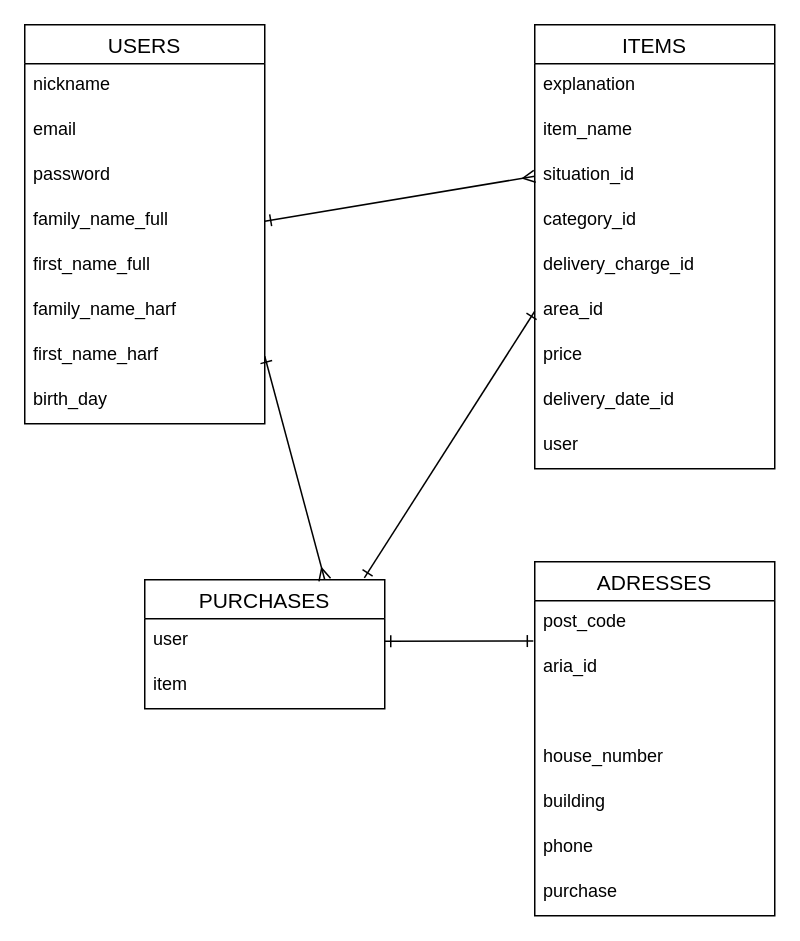
This is furima-er.dio from toribettori/furima-38359, a draw.io file, before an edit. Source tidied: cells renumbered, new cells numbered last; positions are measured from the earlier drawing's top-left corner, leaving out a move shared by most shapes. Both pictures are drawn from the tidied source at 150%, with x=0, y=0 at pixel (24, 24).
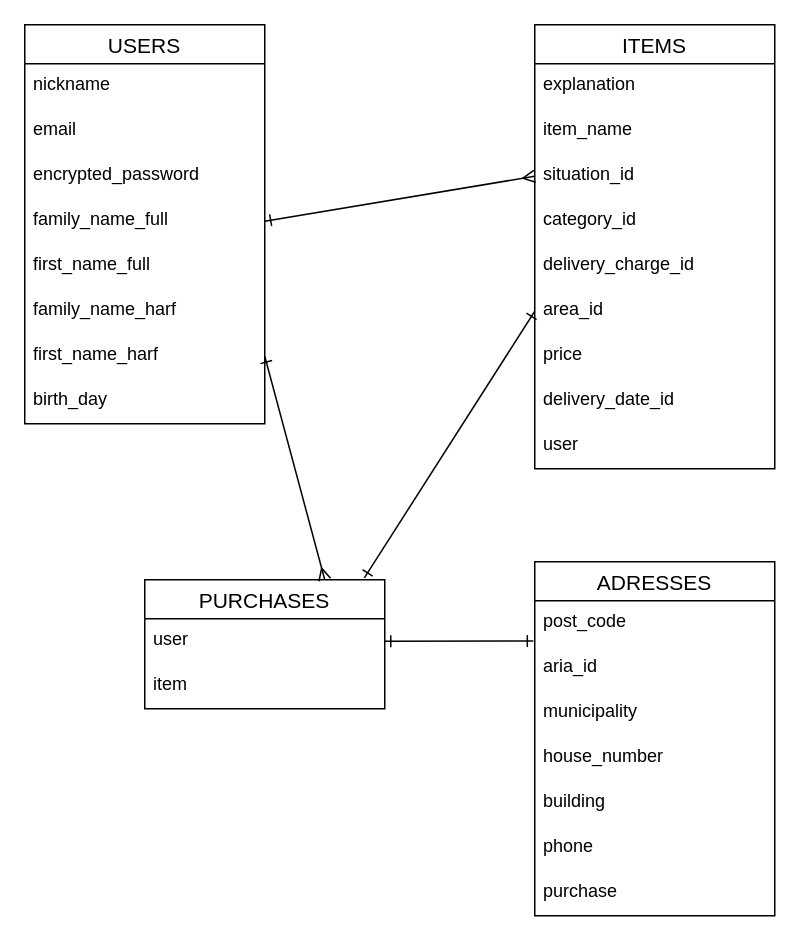
Above is the later version.

Commit message (it also covers changes not shown here):
er図とread meの修正#3

The change refers to these unchanged cells:
```xml
<mxCell id="2" value="USERS" style="swimlane;fontStyle=0;horizontal=1;startSize=26;align=center;fontSize=14;strokeColor=default;" parent="1" vertex="1">
  <mxGeometry width="160" height="266" as="geometry" />
</mxCell>
<mxCell id="28" value="ADRESSES" style="swimlane;fontStyle=0;horizontal=1;startSize=26;align=center;fontSize=14;strokeColor=default;" parent="1" vertex="1">
  <mxGeometry x="340" y="358" width="160" height="236" as="geometry" />
</mxCell>
```

Change to the diagram source:
```diff
@@
-    <mxCell id="5" value="password" style="text;strokeColor=none;fillColor=none;spacingLeft=4;spacingRight=4;overflow=hidden;fontSize=12;" parent="2" vertex="1">
+    <mxCell id="5" value="encrypted_password" style="text;strokeColor=none;fillColor=none;spacingLeft=4;spacingRight=4;overflow=hidden;fontSize=12;" parent="2" vertex="1">
       <mxGeometry y="86" width="160" height="30" as="geometry" />
     </mxCell>
@@
-    <mxCell id="31" value="municipality" style="text;strokeColor=none;fillColor=none;spacingLeft=4;spacingRight=4;overflow=hidden;fontSize=12;fontColor=none;noLabel=1;" parent="28" vertex="1">
+    <mxCell id="31" value="municipality" style="text;strokeColor=none;fillColor=none;spacingLeft=4;spacingRight=4;overflow=hidden;fontSize=12;fontColor=default;" parent="28" vertex="1">
       <mxGeometry y="86" width="160" height="30" as="geometry" />
     </mxCell>
```
